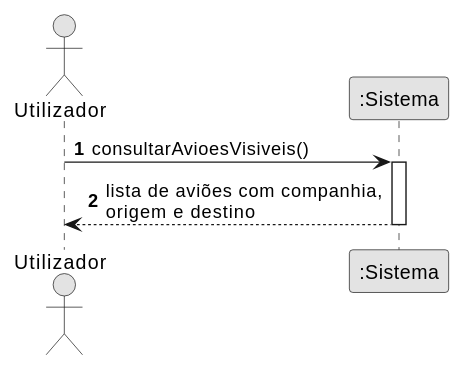
Before: docs/system-documentation/use-cases/US03/svg/ssd_us03.svg, a diagram exported from PlantUML (miguelsiilva1/SkyTracer). Source of this version:
```plantuml
@startuml
autonumber
skinparam monochrome true
actor "Utilizador" as U
participant ":Sistema" as S

U -> S : consultarAvioesVisiveis()
activate S
S --> U : lista de aviões com companhia,\norigem e destino
deactivate S
@enduml
```
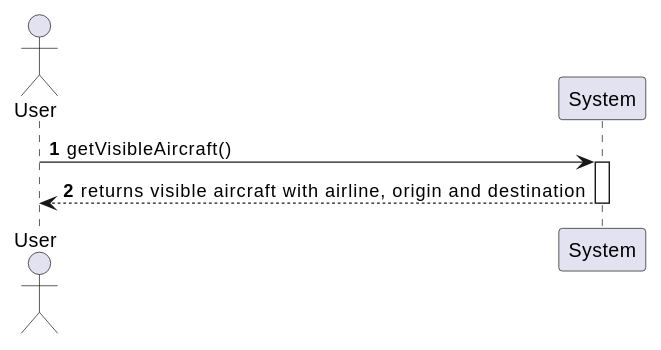
After the commit.

Diff of the diagram source:
```diff
@@ -1,11 +1,10 @@
 @startuml
 autonumber
-skinparam monochrome true
-actor "Utilizador" as U
-participant ":Sistema" as S
+actor "User" as A
+participant "System" as S
 
-U -> S : consultarAvioesVisiveis()
+A -> S : getVisibleAircraft()
 activate S
-S --> U : lista de aviões com companhia,\norigem e destino
+S --> A : returns visible aircraft with airline, origin and destination
 deactivate S
 @enduml
```
